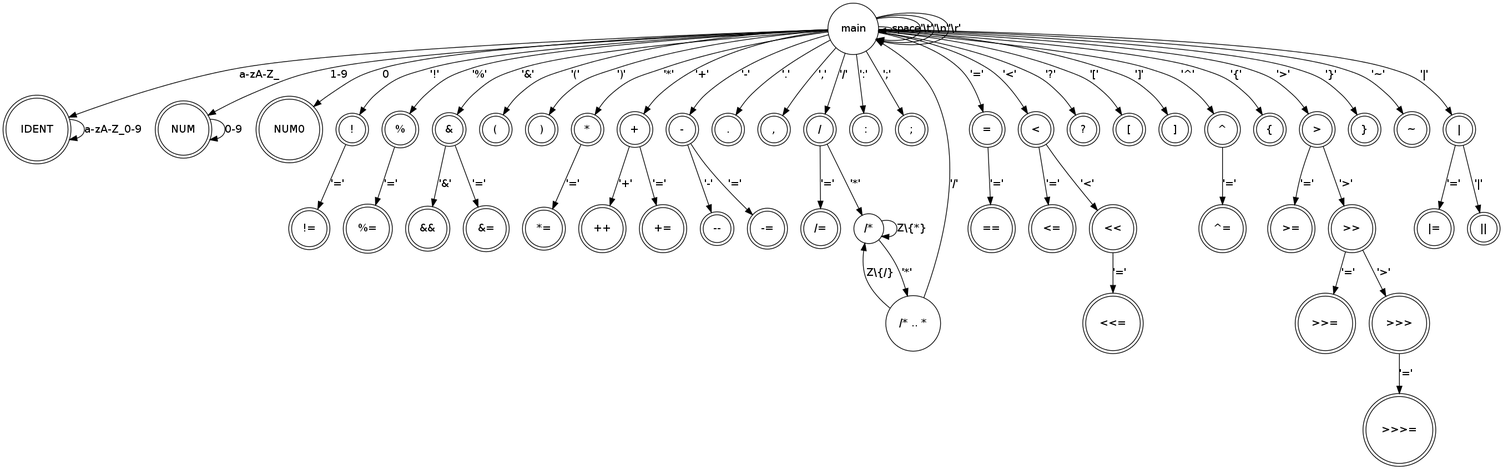
Above: doc/lexer/stateMachine.png in replimoc/compiler (Graphviz), before the change. Its source is kept beside it as doc/lexer/stateMachine.dot.
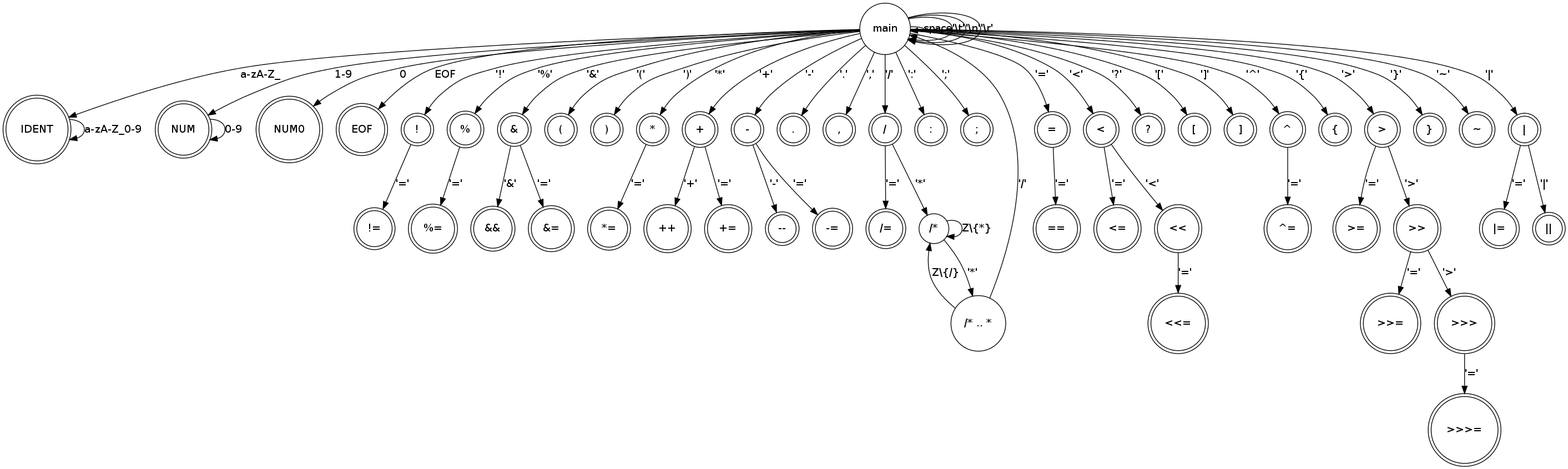
Above is the later version.

Commit message:
Added EOF token to state machine.

Change to the diagram source:
```diff
@@ -3,6 +3,7 @@
 	IDENT;
 	NUM;
 	NUM0;
+	EOF;
 	"!";
 	"!=";
 	"%";
@@ -57,6 +58,7 @@
 	main -> main [label="'\\n'"];
 	main -> main [label="'\\r'"];
 
+	main -> EOF [label="EOF"];
 	main -> "/" [label="'/'"];
 	"/" -> "/*" [label="'*'"];
 	"/*" -> "/*" [label="Z\\{*}"];
```
